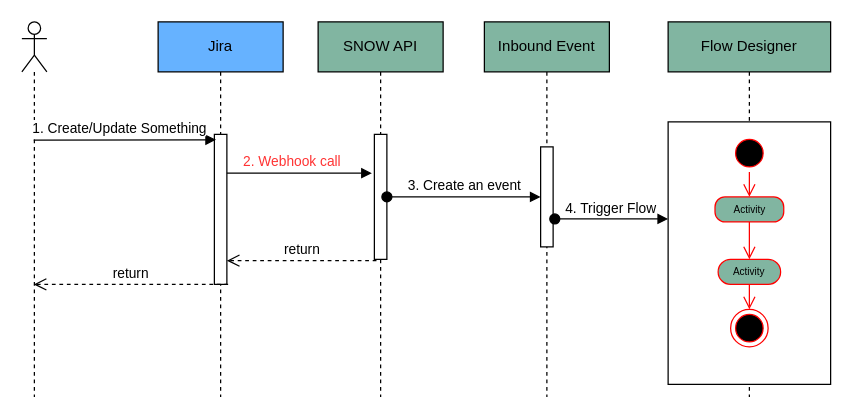
The draw.io diagram page "Jira2Snow" (1 of 7) of SnowJira.drawio in algimas/tmp, before the edit. Source tidied: cells renumbered, new cells numbered last; positions are measured from the earlier drawing's top-left corner, leaving out a move shared by most shapes. Both pictures are drawn from the tidied source at 125%, with x=0, y=0 at pixel (21, 21).
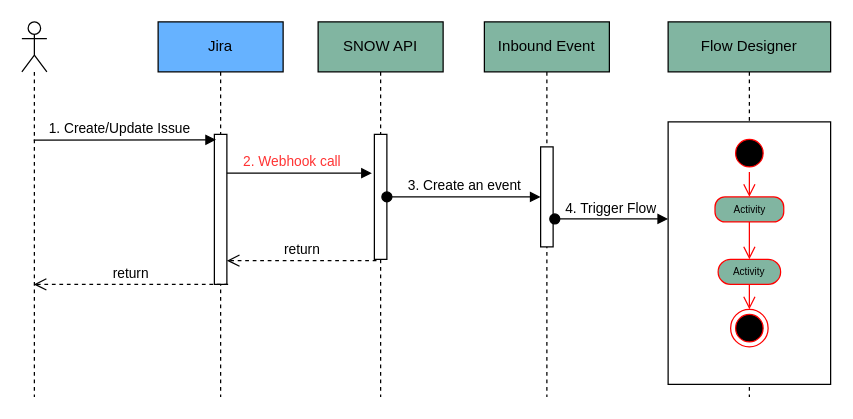
After the change.

The change refers to these unchanged cells:
```xml
<mxCell id="5" style="html=1;points=[];perimeter=orthogonalPerimeter;" parent="4" vertex="1">
  <mxGeometry x="45" y="90" width="10" height="120" as="geometry" />
</mxCell>
```

Diff of the diagram source:
```diff
@@
-    <mxCell id="7" value="1. Create/Update Something" style="html=1;verticalAlign=bottom;endArrow=block;entryX=0.133;entryY=0.036;entryDx=0;entryDy=0;entryPerimeter=0;" parent="1" edge="1" target="5">
+    <mxCell id="7" value="1. Create/Update Issue" style="html=1;verticalAlign=bottom;endArrow=block;entryX=0.133;entryY=0.036;entryDx=0;entryDy=0;entryPerimeter=0;" parent="1" edge="1" target="5">
       <mxGeometry x="-0.06" relative="1" as="geometry">
         <mxPoint x="9.5" y="94.5" as="sourcePoint" />
       </mxGeometry>
     </mxCell>
```
